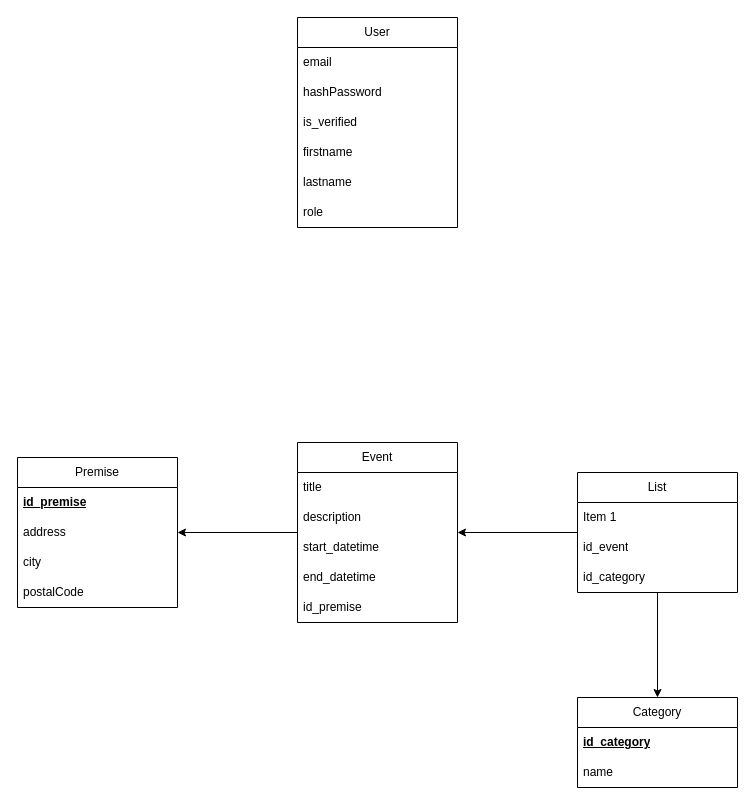
Before: Merise/MPD_Projet_Fil_Rouge.drawio in Mzk-Ali/M2I_Projet_Fil_Rouge_Conception, a draw.io diagram. Source tidied: cells renumbered, new cells numbered last; positions are measured from the earlier drawing's top-left corner, leaving out a move shared by most shapes. Both pictures are drawn from the tidied source at 100%, with x=0, y=0 at pixel (17, 17).
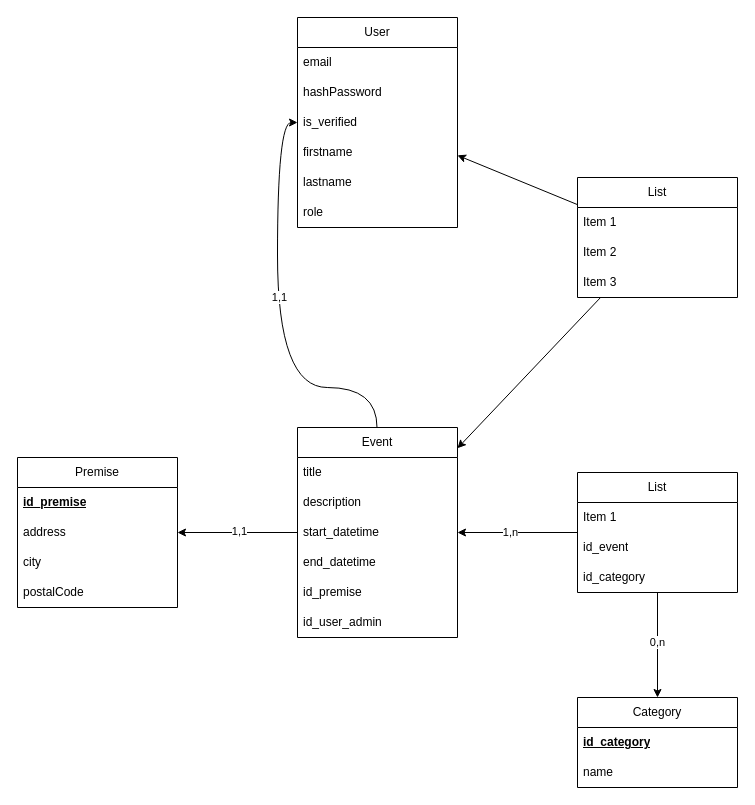
Above is the later version.

Commit message (it also covers changes not shown here):
Mettre à jour MPD_Projet_Fil_Rouge.drawio

The change refers to these unchanged cells:
```xml
<mxCell id="2" value="User" style="swimlane;fontStyle=0;horizontal=1;startSize=30;whiteSpace=wrap;html=1;" parent="1" vertex="1">
  <mxGeometry x="280" width="160" height="210" as="geometry" />
</mxCell>
<mxCell id="5" value="is_verified" style="text;strokeColor=none;fillColor=none;align=left;verticalAlign=middle;spacingLeft=4;spacingRight=4;overflow=hidden;points=[[0,0.5],[1,0.5]];portConstraint=eastwest;whiteSpace=wrap;html=1;" parent="2" vertex="1">
  <mxGeometry y="90" width="160" height="30" as="geometry" />
</mxCell>
<mxCell id="9" style="rounded=0;jettySize=auto;html=1;" parent="1" edge="1" source="26" target="10">
  <mxGeometry relative="1" as="geometry" />
</mxCell>
<mxCell id="16" style="rounded=0;jettySize=auto;html=1;" parent="1" edge="1" source="10" target="17">
  <mxGeometry relative="1" as="geometry" />
</mxCell>
<mxCell id="22" style="rounded=0;jettySize=auto;html=1;" parent="1" edge="1" source="26" target="23">
  <mxGeometry relative="1" as="geometry" />
</mxCell>
```

The edit, as a diff of the source:
```diff
@@
+    <mxCell id="30" style="rounded=0;jettySize=auto;html=1;edgeStyle=orthogonalEdgeStyle;curved=1;entryX=0;entryY=0.5;entryDx=0;entryDy=0;" parent="1" edge="1" target="5">
+      <mxGeometry relative="1" as="geometry">
+        <mxPoint x="359.5" y="410" as="sourcePoint" />
+        <Array as="points">
+          <mxPoint x="360" y="370" />
+          <mxPoint x="260" y="370" />
+          <mxPoint x="260" y="105" />
+        </Array>
+      </mxGeometry>
+    </mxCell>
+    <mxCell id="31" value="1,1" style="edgeLabel;html=1;align=center;verticalAlign=middle;" parent="30" vertex="1">
+      <mxGeometry x="0.09" y="-1" relative="1" as="geometry">
+        <mxPoint y="1" as="offset" />
+      </mxGeometry>
+    </mxCell>
@@
+    <mxCell id="32" value="1,n" style="edgeLabel;html=1;align=center;verticalAlign=middle;" parent="9" vertex="1">
+      <mxGeometry x="0.13" y="-1" relative="1" as="geometry" />
+    </mxCell>
+    <mxCell id="33" style="rounded=0;jettySize=auto;html=1;" parent="1" edge="1" source="38" target="10">
+      <mxGeometry relative="1" as="geometry" />
+    </mxCell>
     <mxCell id="10" value="Event" style="swimlane;fontStyle=0;horizontal=1;startSize=30;whiteSpace=wrap;html=1;" parent="1" vertex="1">
-      <mxGeometry x="280" y="425" width="160" height="180" as="geometry" />
+      <mxGeometry x="280" y="410" width="160" height="210" as="geometry" />
     </mxCell>
@@
+    <mxCell id="34" value="id_user_admin" style="text;strokeColor=none;fillColor=none;align=left;verticalAlign=middle;spacingLeft=4;spacingRight=4;overflow=hidden;whiteSpace=wrap;html=1;" parent="10" vertex="1">
+      <mxGeometry y="180" width="160" height="30" as="geometry" />
+    </mxCell>
@@
+    <mxCell id="35" value="1,1" style="edgeLabel;html=1;align=center;verticalAlign=middle;" parent="16" vertex="1">
+      <mxGeometry x="-0.02" y="-2" relative="1" as="geometry" />
+    </mxCell>
@@
+    <mxCell id="36" value="0,n" style="edgeLabel;html=1;align=center;verticalAlign=middle;" parent="22" vertex="1">
+      <mxGeometry x="-0.07" y="-1" relative="1" as="geometry" />
+    </mxCell>
@@
+    <mxCell id="37" style="rounded=0;jettySize=auto;html=1;" parent="1" edge="1" source="38" target="2">
+      <mxGeometry relative="1" as="geometry" />
+    </mxCell>
+    <mxCell id="38" value="List" style="swimlane;fontStyle=0;horizontal=1;startSize=30;whiteSpace=wrap;html=1;" parent="1" vertex="1">
+      <mxGeometry x="560" y="160" width="160" height="120" as="geometry" />
+    </mxCell>
+    <mxCell id="39" value="Item 1" style="text;strokeColor=none;fillColor=none;align=left;verticalAlign=middle;spacingLeft=4;spacingRight=4;overflow=hidden;whiteSpace=wrap;html=1;" parent="38" vertex="1">
+      <mxGeometry y="30" width="160" height="30" as="geometry" />
+    </mxCell>
+    <mxCell id="40" value="Item 2" style="text;strokeColor=none;fillColor=none;align=left;verticalAlign=middle;spacingLeft=4;spacingRight=4;overflow=hidden;whiteSpace=wrap;html=1;" parent="38" vertex="1">
+      <mxGeometry y="60" width="160" height="30" as="geometry" />
+    </mxCell>
+    <mxCell id="41" value="Item 3" style="text;strokeColor=none;fillColor=none;align=left;verticalAlign=middle;spacingLeft=4;spacingRight=4;overflow=hidden;whiteSpace=wrap;html=1;" parent="38" vertex="1">
+      <mxGeometry y="90" width="160" height="30" as="geometry" />
+    </mxCell>
```
